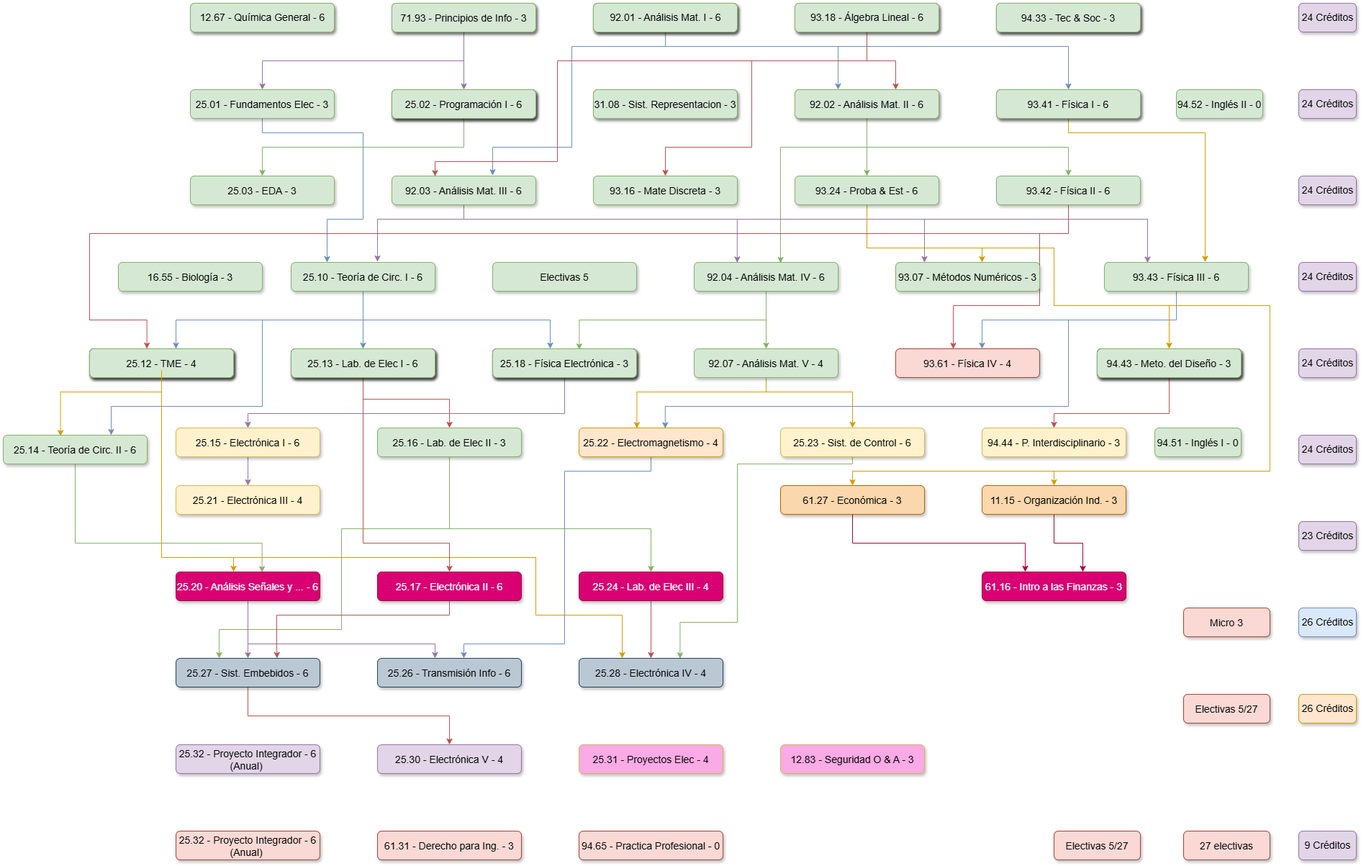
juanipla/K22 keeps this draw.io diagram as K22.drawio.png. Above is the earlier version. Source tidied: cells renumbered, new cells last; positions are measured from the earlier drawing's top-left corner, leaving out a move shared by most shapes.
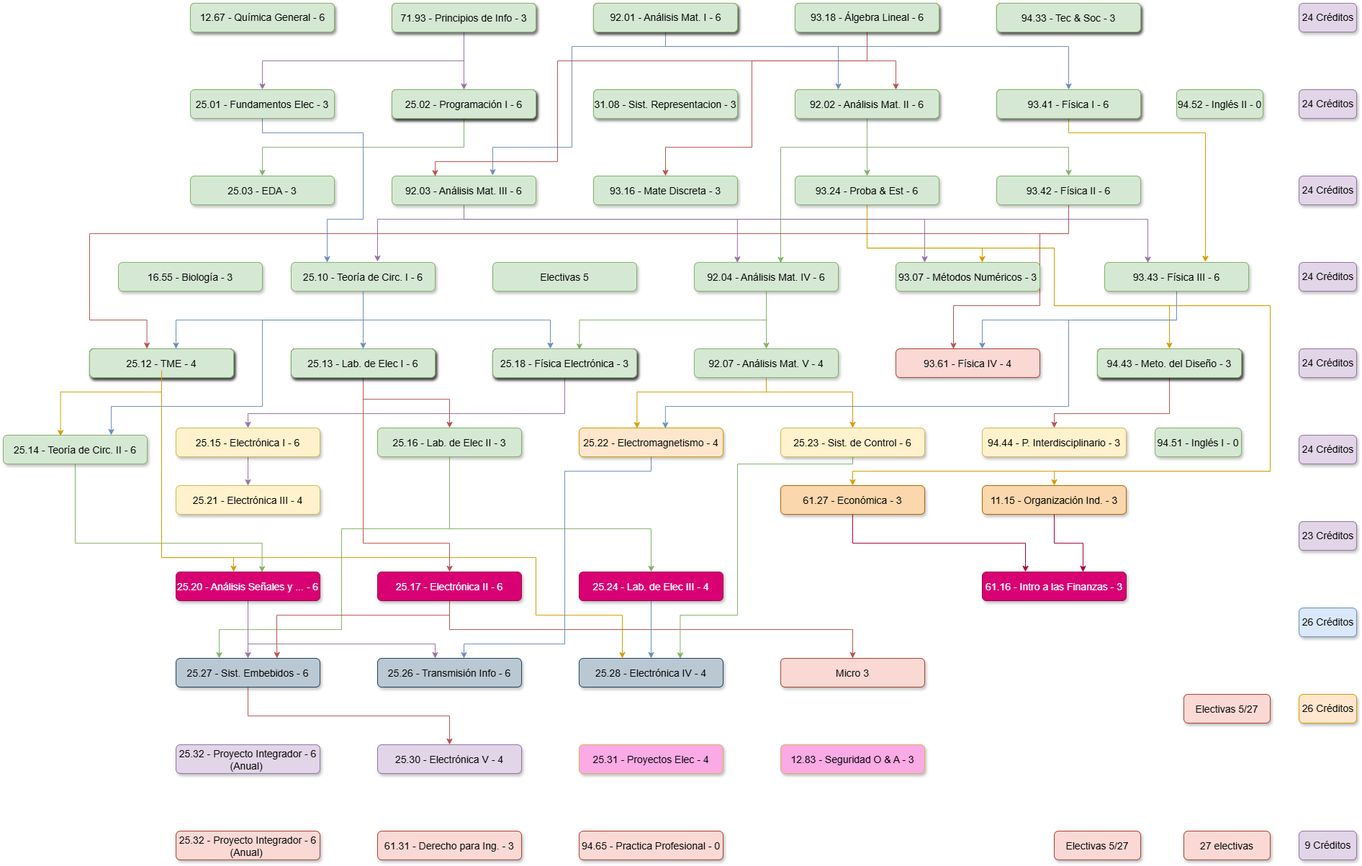
Later version of the same file.

What changed in the source:
```diff
@@ -392,6 +392,14 @@
         </Array>
       </mxGeometry>
     </mxCell>
+    <mxCell id="157" style="edgeStyle=orthogonalEdgeStyle;rounded=0;jettySize=auto;html=1;entryX=0.5;entryY=0;entryDx=0;entryDy=0;fillColor=#f8cecc;strokeColor=#b85450;" parent="1" edge="1" source="63" target="154">
+      <mxGeometry relative="1" as="geometry">
+        <Array as="points">
+          <mxPoint x="620" y="870" />
+          <mxPoint x="1180" y="870" />
+        </Array>
+      </mxGeometry>
+    </mxCell>
     <mxCell id="63" value="25.17 - Electrónica II - 6" style="rounded=1;fillColor=#d80073;strokeColor=#A50040;shadow=1;fontStyle=0;fontSize=14;labelBorderColor=none;labelBackgroundColor=none;verticalAlign=middle;fontColor=#ffffff;" parent="1" vertex="1">
       <mxGeometry x="520" y="790" width="200" height="40" as="geometry" />
     </mxCell>
@@ -504,15 +512,15 @@
         <Array as="points">
           <mxPoint x="1180" y="640" />
           <mxPoint x="1020" y="640" />
-          <mxPoint x="1020" y="860" />
-          <mxPoint x="940" y="860" />
+          <mxPoint x="1020" y="850" />
+          <mxPoint x="940" y="850" />
         </Array>
       </mxGeometry>
     </mxCell>
     <mxCell id="83" value="25.23 - Sist. de Control - 6" style="rounded=1;fillColor=#fff2cc;strokeColor=#d6b656;shadow=1;fontStyle=0;fontSize=14;labelBorderColor=none;labelBackgroundColor=none;verticalAlign=middle;" parent="1" vertex="1">
       <mxGeometry x="1080" y="590" width="200" height="40" as="geometry" />
     </mxCell>
-    <mxCell id="84" style="edgeStyle=orthogonalEdgeStyle;rounded=0;jumpStyle=none;jettySize=auto;html=1;entryX=0.5;entryY=0;entryDx=0;entryDy=0;fillColor=#f8cecc;strokeColor=#b85450;" parent="1" edge="1" source="85" target="89">
+    <mxCell id="84" style="edgeStyle=orthogonalEdgeStyle;rounded=0;jumpStyle=none;jettySize=auto;html=1;entryX=0.5;entryY=0;entryDx=0;entryDy=0;fillColor=#dae8fc;strokeColor=#6c8ebf;" parent="1" edge="1" source="85" target="89">
       <mxGeometry relative="1" as="geometry">
         <Array as="points">
           <mxPoint x="900" y="820" />
@@ -744,7 +752,7 @@
       <mxGeometry x="1640" y="960" width="120" height="40" as="geometry" />
     </mxCell>
     <mxCell id="154" value="Micro 3" style="rounded=1;fillColor=#fad9d5;strokeColor=#ae4132;shadow=1;fontStyle=0;fontSize=14;labelBorderColor=none;labelBackgroundColor=none;verticalAlign=middle;" parent="1" vertex="1">
-      <mxGeometry x="1640" y="840" width="120" height="40" as="geometry" />
+      <mxGeometry x="1080" y="910" width="200" height="40" as="geometry" />
     </mxCell>
     <mxCell id="155" value="27 electivas" style="rounded=1;fillColor=#fad9d5;strokeColor=#ae4132;shadow=1;fontStyle=0;fontSize=14;labelBorderColor=none;labelBackgroundColor=none;verticalAlign=middle;" parent="1" vertex="1">
       <mxGeometry x="1640" y="1150" width="120" height="40" as="geometry" />
```
